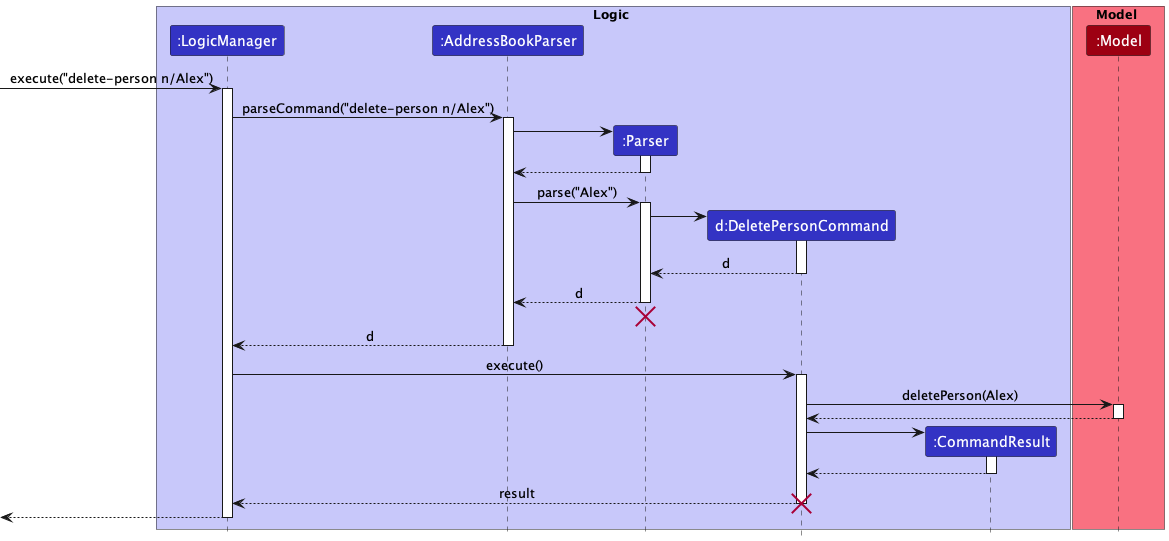
Earlier version of the PlantUML export docs/images/DeletePersonSimplifiedSequenceDiagram.png (nus-cs2103-AY2223S1/tp). Its diagram source:
```plantuml
@startuml
!include style.puml

box Logic LOGIC_COLOR_T1
participant ":LogicManager" as LogicManager LOGIC_COLOR
participant ":AddressBookParser" as AddressBookParser LOGIC_COLOR
participant ":Parser" as Parser LOGIC_COLOR
participant "d:DeletePersonCommand" as DeletePersonCommand LOGIC_COLOR
participant ":CommandResult" as CommandResult LOGIC_COLOR
end box

box Model MODEL_COLOR_T1
participant ":Model" as Model MODEL_COLOR
end box

[-> LogicManager : execute("delete-person n/Alex")
activate LogicManager

LogicManager -> AddressBookParser : parseCommand("delete-person n/Alex")
activate AddressBookParser

create Parser
AddressBookParser -> Parser
activate Parser

Parser --> AddressBookParser
deactivate Parser

AddressBookParser -> Parser : parse("Alex")
activate Parser

create DeletePersonCommand
Parser -> DeletePersonCommand
activate DeletePersonCommand

DeletePersonCommand --> Parser : d
deactivate DeletePersonCommand

Parser --> AddressBookParser : d
deactivate Parser
Parser -[hidden]-> AddressBookParser
destroy Parser

AddressBookParser --> LogicManager : d
deactivate AddressBookParser

LogicManager -> DeletePersonCommand : execute()
activate DeletePersonCommand

DeletePersonCommand -> Model : deletePerson(Alex)
activate Model

Model --> DeletePersonCommand
deactivate Model

create CommandResult
DeletePersonCommand -> CommandResult
activate CommandResult

CommandResult --> DeletePersonCommand
deactivate CommandResult

DeletePersonCommand --> LogicManager : result
destroy DeletePersonCommand

[<--LogicManager
deactivate LogicManager
@enduml
```
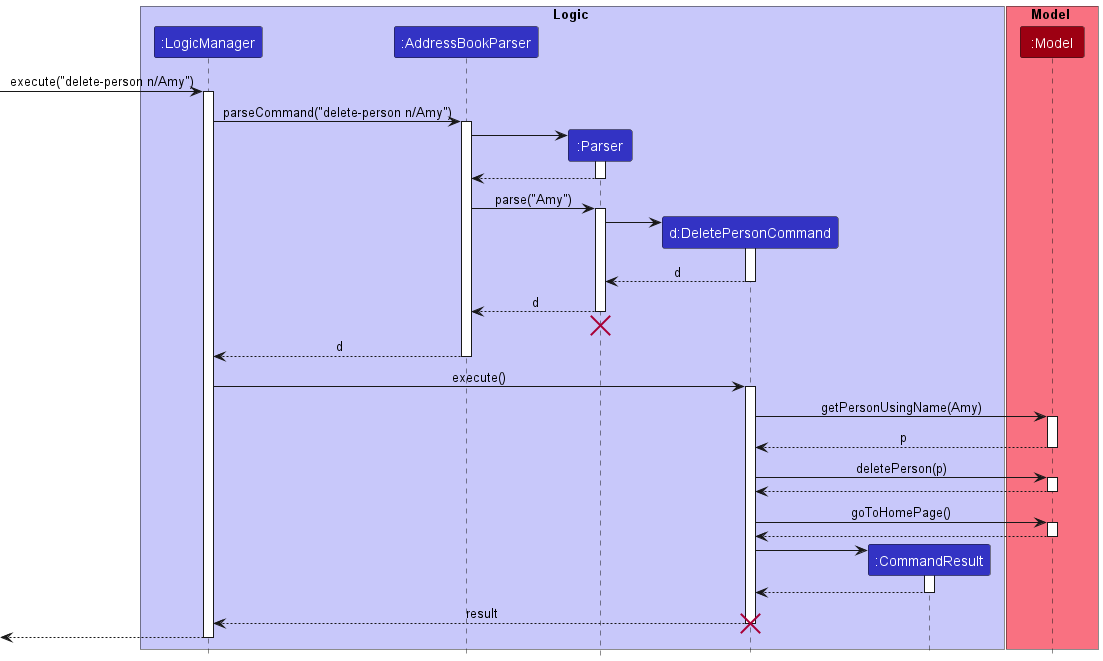
Above is the later version.

The edit, as a diff of the source:
```diff
@@ -13,10 +13,10 @@
 participant ":Model" as Model MODEL_COLOR
 end box
 
-[-> LogicManager : execute("delete-person n/Alex")
+[-> LogicManager : execute("delete-person n/Amy")
 activate LogicManager
 
-LogicManager -> AddressBookParser : parseCommand("delete-person n/Alex")
+LogicManager -> AddressBookParser : parseCommand("delete-person n/Amy")
 activate AddressBookParser
 
 create Parser
@@ -26,7 +26,7 @@
 Parser --> AddressBookParser
 deactivate Parser
 
-AddressBookParser -> Parser : parse("Alex")
+AddressBookParser -> Parser : parse("Amy")
 activate Parser
 
 create DeletePersonCommand
@@ -47,7 +47,19 @@
 LogicManager -> DeletePersonCommand : execute()
 activate DeletePersonCommand
 
-DeletePersonCommand -> Model : deletePerson(Alex)
+DeletePersonCommand -> Model : getPersonUsingName(Amy)
+activate Model
+
+Model --> DeletePersonCommand : p
+deactivate Model
+
+DeletePersonCommand -> Model : deletePerson(p)
+activate Model
+
+Model --> DeletePersonCommand
+deactivate Model
+
+DeletePersonCommand -> Model : goToHomePage()
 activate Model
 
 Model --> DeletePersonCommand
```
